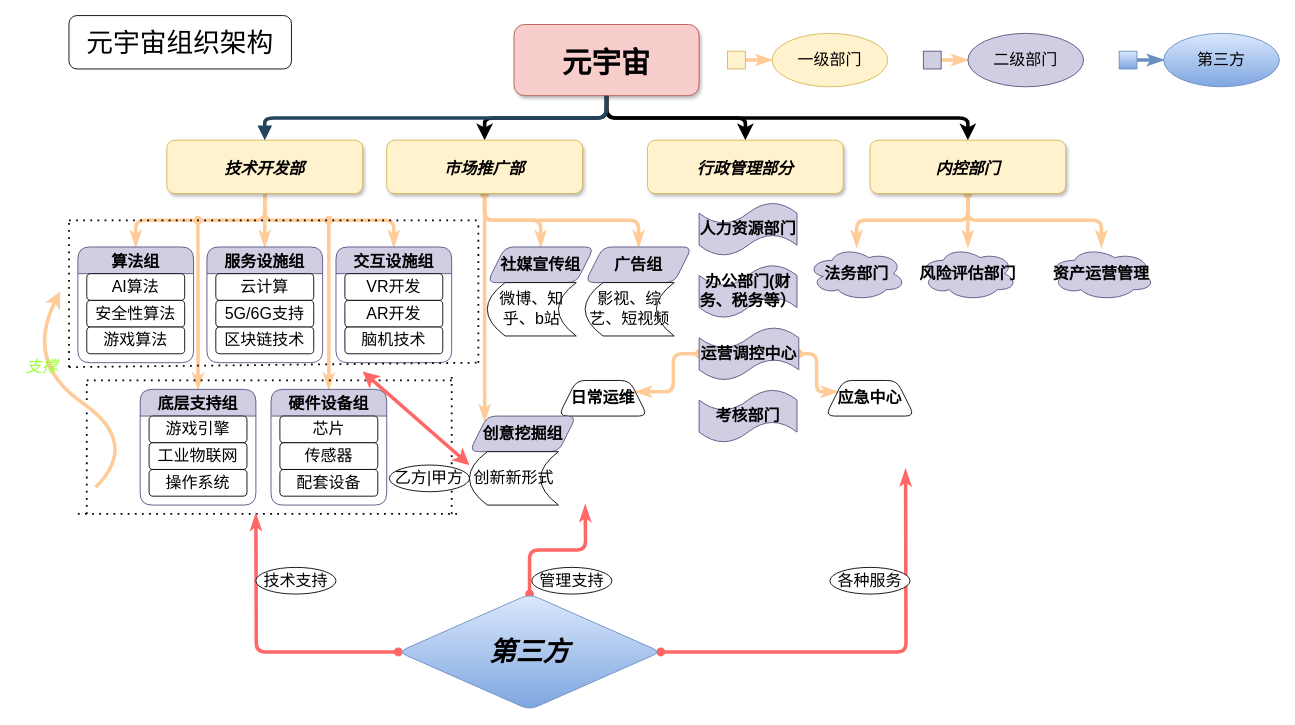
Earlier version of the draw.io diagram Untitled Diagram.drawio (li-yilin-30/markdown-picturebed). Source tidied: cells renumbered, new cells numbered last; positions are measured from the earlier drawing's top-left corner, leaving out a move shared by most shapes. Both pictures are drawn from the tidied source at 89%, with x=0, y=0 at pixel (15, 15).
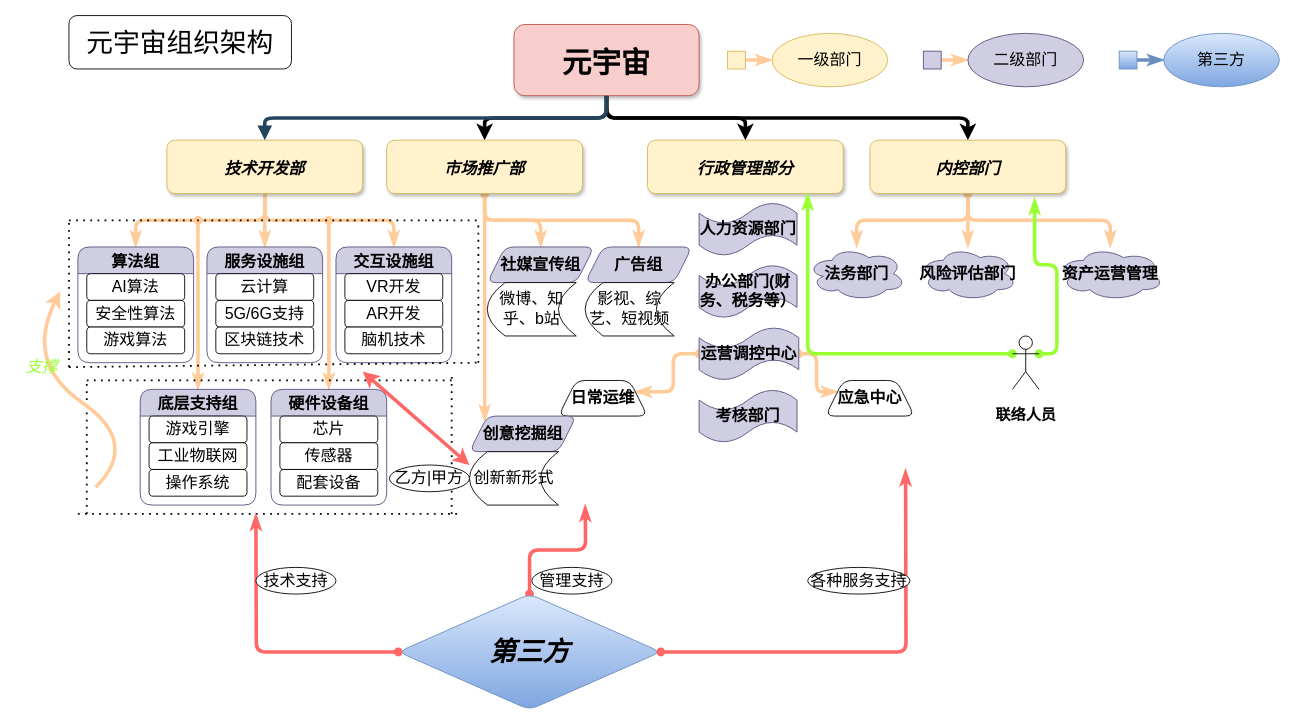
After the change.

The change refers to these unchanged cells:
```xml
<mxCell id="15" value="行政管理部分" style="rounded=1;fillColor=#fff2cc;strokeColor=#d6b656;shadow=1;fontStyle=3;fontSize=18;" parent="1" vertex="1">
  <mxGeometry x="710" y="140" width="220" height="60" as="geometry" />
</mxCell>
<mxCell id="19" value="内控部门" style="rounded=1;fillColor=#fff2cc;strokeColor=#d6b656;shadow=1;fontStyle=3;fontSize=18;" parent="1" vertex="1">
  <mxGeometry x="960" y="140" width="220" height="60" as="geometry" />
</mxCell>
```

Change to the diagram source:
```diff
@@
     <mxCell id="70" value="&lt;b&gt;资产运营管理&lt;/b&gt;" style="ellipse;shape=cloud;whiteSpace=wrap;html=1;rounded=1;fontSize=18;fillColor=#d0cee2;strokeColor=#56517e;" parent="1" vertex="1">
-      <mxGeometry x="1160" y="260" width="120" height="60" as="geometry" />
+      <mxGeometry x="1170" y="260" width="120" height="60" as="geometry" />
     </mxCell>
@@
-    <mxCell id="86" value="各种服务" style="ellipse;whiteSpace=wrap;html=1;rounded=1;fontSize=18;fontColor=#000000;" parent="1" vertex="1">
-      <mxGeometry x="915" y="620" width="90" height="30" as="geometry" />
+    <mxCell id="86" value="各种服务支持" style="ellipse;whiteSpace=wrap;html=1;rounded=1;fontSize=18;fontColor=#000000;" parent="1" vertex="1">
+      <mxGeometry x="890" y="620" width="115" height="30" as="geometry" />
     </mxCell>
@@
+    <mxCell id="88" style="edgeStyle=orthogonalEdgeStyle;rounded=1;jettySize=auto;html=0;exitX=0;exitY=0.3333333333333333;exitDx=0;exitDy=0;exitPerimeter=0;entryX=0.818;entryY=1;entryDx=0;entryDy=0;entryPerimeter=0;fontSize=17;fontColor=#000000;startArrow=oval;startFill=1;endArrow=classicThin;endFill=1;strokeColor=#99FF33;strokeWidth=4;" parent="1" edge="1" source="90" target="15">
+      <mxGeometry relative="1" as="geometry" />
+    </mxCell>
+    <mxCell id="89" style="edgeStyle=orthogonalEdgeStyle;rounded=1;jettySize=auto;html=0;exitX=1;exitY=0.3333333333333333;exitDx=0;exitDy=0;exitPerimeter=0;entryX=0.841;entryY=1.086;entryDx=0;entryDy=0;entryPerimeter=0;fontSize=17;fontColor=#000000;startArrow=oval;startFill=1;endArrow=classicThin;endFill=1;strokeColor=#99FF33;strokeWidth=4;" parent="1" edge="1" source="90" target="19">
+      <mxGeometry relative="1" as="geometry" />
+    </mxCell>
+    <mxCell id="90" value="&lt;font style=&quot;font-size: 17px&quot;&gt;&lt;b&gt;联络人员&lt;/b&gt;&lt;/font&gt;" style="shape=umlActor;verticalLabelPosition=bottom;verticalAlign=top;html=1;outlineConnect=0;rounded=1;fontSize=30;fontColor=#000000;" parent="1" vertex="1">
+      <mxGeometry x="1120" y="360" width="30" height="60" as="geometry" />
+    </mxCell>
```
